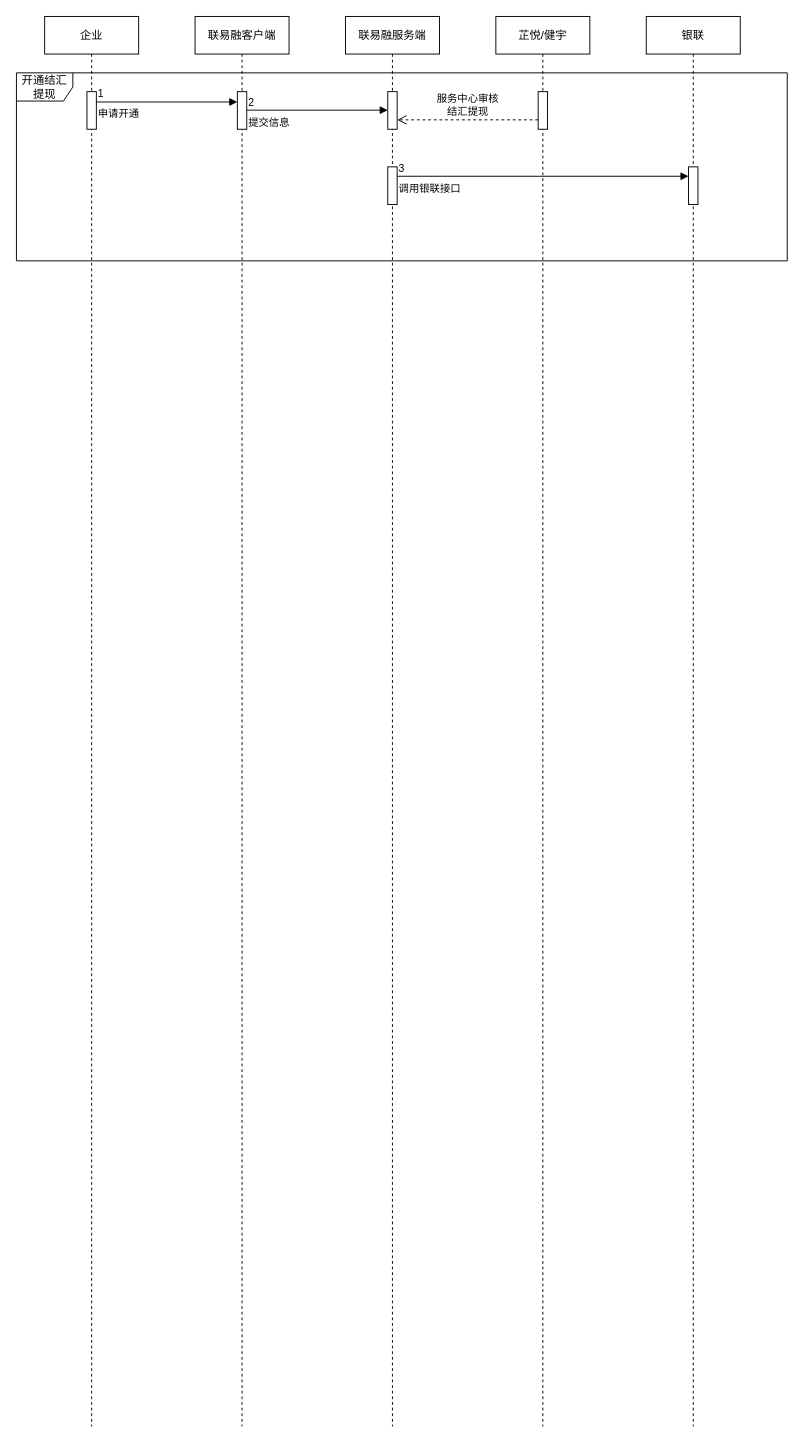
Above: LLSI/银联结汇提现流程.drawio in 0573xieguojia/To-program (draw.io), before the change. Source tidied: cells renumbered, new cells numbered last; positions are measured from the earlier drawing's top-left corner, leaving out a move shared by most shapes. Both pictures are drawn from the tidied source at 94%, with x=0, y=0 at pixel (16, 16).
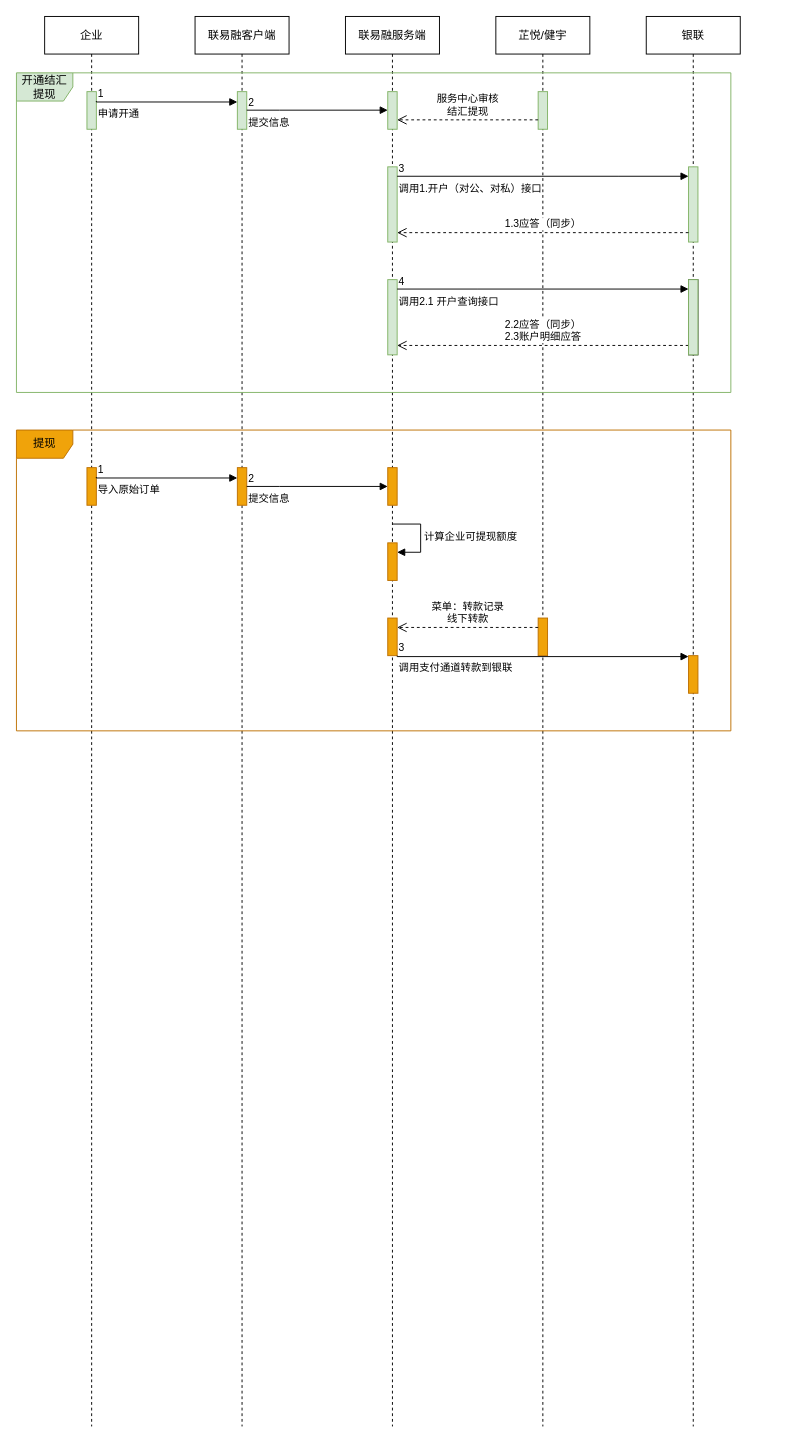
Above is the later version.

Commit message:
更新银联结汇提现流程.drawio

The change refers to these unchanged cells:
```xml
<mxCell id="2" value="企业" style="shape=umlLifeline;perimeter=lifelinePerimeter;whiteSpace=wrap;html=1;newEdgeStyle={&quot;edgeStyle&quot;:&quot;elbowEdgeStyle&quot;,&quot;elbow&quot;:&quot;vertical&quot;,&quot;curved&quot;:0,&quot;rounded&quot;:0};" parent="1" vertex="1">
  <mxGeometry x="30" width="100" height="1500" as="geometry" />
</mxCell>
<mxCell id="5" value="联易融服务端" style="shape=umlLifeline;perimeter=lifelinePerimeter;whiteSpace=wrap;html=1;newEdgeStyle={&quot;edgeStyle&quot;:&quot;elbowEdgeStyle&quot;,&quot;elbow&quot;:&quot;vertical&quot;,&quot;curved&quot;:0,&quot;rounded&quot;:0};" parent="1" vertex="1">
  <mxGeometry x="350" width="100" height="1500" as="geometry" />
</mxCell>
<mxCell id="7" value="银联" style="shape=umlLifeline;perimeter=lifelinePerimeter;whiteSpace=wrap;html=1;newEdgeStyle={&quot;edgeStyle&quot;:&quot;elbowEdgeStyle&quot;,&quot;elbow&quot;:&quot;vertical&quot;,&quot;curved&quot;:0,&quot;rounded&quot;:0};" parent="1" vertex="1">
  <mxGeometry x="670" width="100" height="1500" as="geometry" />
</mxCell>
```

What changed in the source:
```diff
@@
-    <mxCell id="3" style="html=1;perimeter=orthogonalPerimeter;targetShapes=umlLifeline;newEdgeStyle={&quot;edgeStyle&quot;:&quot;elbowEdgeStyle&quot;,&quot;elbow&quot;:&quot;vertical&quot;,&quot;curved&quot;:0,&quot;rounded&quot;:0};" parent="2" vertex="1">
+    <mxCell id="3" style="html=1;perimeter=orthogonalPerimeter;targetShapes=umlLifeline;newEdgeStyle={&quot;edgeStyle&quot;:&quot;elbowEdgeStyle&quot;,&quot;elbow&quot;:&quot;vertical&quot;,&quot;curved&quot;:0,&quot;rounded&quot;:0};fillColor=#d5e8d4;strokeColor=#82b366;" parent="2" vertex="1">
       <mxGeometry x="45" y="80" width="10" height="40" as="geometry" />
     </mxCell>
@@
+    <mxCell id="21" style="html=1;perimeter=orthogonalPerimeter;targetShapes=umlLifeline;newEdgeStyle={&quot;edgeStyle&quot;:&quot;elbowEdgeStyle&quot;,&quot;elbow&quot;:&quot;vertical&quot;,&quot;curved&quot;:0,&quot;rounded&quot;:0};fillColor=#f0a30a;strokeColor=#BD7000;fontColor=#000000;" parent="5" vertex="1">
+      <mxGeometry x="45" y="480" width="10" height="40" as="geometry" />
+    </mxCell>
+    <mxCell id="22" style="html=1;points=[];perimeter=orthogonalPerimeter;outlineConnect=0;targetShapes=umlLifeline;portConstraint=eastwest;newEdgeStyle={&quot;edgeStyle&quot;:&quot;elbowEdgeStyle&quot;,&quot;elbow&quot;:&quot;vertical&quot;,&quot;curved&quot;:0,&quot;rounded&quot;:0};fillColor=#f0a30a;strokeColor=#BD7000;fontColor=#000000;" parent="5" vertex="1">
+      <mxGeometry x="45" y="560" width="10" height="40" as="geometry" />
+    </mxCell>
+    <mxCell id="23" value="计算企业可提现额度" style="html=1;align=left;spacingLeft=2;endArrow=block;rounded=0;edgeStyle=orthogonalEdgeStyle;curved=0;rounded=0;" parent="5" edge="1" target="22">
+      <mxGeometry relative="1" as="geometry">
+        <mxPoint x="50" y="540" as="sourcePoint" />
+        <Array as="points">
+          <mxPoint x="80" y="570" />
+        </Array>
+      </mxGeometry>
+    </mxCell>
+    <mxCell id="24" style="html=1;perimeter=orthogonalPerimeter;targetShapes=umlLifeline;newEdgeStyle={&quot;edgeStyle&quot;:&quot;elbowEdgeStyle&quot;,&quot;elbow&quot;:&quot;vertical&quot;,&quot;curved&quot;:0,&quot;rounded&quot;:0};fillColor=#f0a30a;strokeColor=#BD7000;fontColor=#000000;" parent="5" vertex="1">
+      <mxGeometry x="45" y="640" width="10" height="40" as="geometry" />
+    </mxCell>
@@
-    <mxCell id="8" style="html=1;points=[];perimeter=orthogonalPerimeter;outlineConnect=0;targetShapes=umlLifeline;portConstraint=eastwest;newEdgeStyle={&quot;edgeStyle&quot;:&quot;elbowEdgeStyle&quot;,&quot;elbow&quot;:&quot;vertical&quot;,&quot;curved&quot;:0,&quot;rounded&quot;:0};" parent="7" vertex="1">
-      <mxGeometry x="45" y="160" width="10" height="40" as="geometry" />
+    <mxCell id="8" style="html=1;points=[];perimeter=orthogonalPerimeter;outlineConnect=0;targetShapes=umlLifeline;portConstraint=eastwest;newEdgeStyle={&quot;edgeStyle&quot;:&quot;elbowEdgeStyle&quot;,&quot;elbow&quot;:&quot;vertical&quot;,&quot;curved&quot;:0,&quot;rounded&quot;:0};fillColor=#d5e8d4;strokeColor=#82b366;" parent="7" vertex="1">
+      <mxGeometry x="45" y="160" width="10" height="80" as="geometry" />
     </mxCell>
-    <mxCell id="9" value="开通结汇提现" style="shape=umlFrame;whiteSpace=wrap;html=1;" parent="1" vertex="1">
-      <mxGeometry y="60" width="820" height="200" as="geometry" />
+    <mxCell id="9" value="开通结汇提现" style="shape=umlFrame;whiteSpace=wrap;html=1;fillColor=#d5e8d4;strokeColor=#82b366;" parent="1" vertex="1">
+      <mxGeometry y="60" width="760" height="340" as="geometry" />
     </mxCell>
-    <mxCell id="10" style="html=1;points=[];perimeter=orthogonalPerimeter;outlineConnect=0;targetShapes=umlLifeline;portConstraint=eastwest;newEdgeStyle={&quot;edgeStyle&quot;:&quot;elbowEdgeStyle&quot;,&quot;elbow&quot;:&quot;vertical&quot;,&quot;curved&quot;:0,&quot;rounded&quot;:0};" parent="1" vertex="1">
+    <mxCell id="10" style="html=1;points=[];perimeter=orthogonalPerimeter;outlineConnect=0;targetShapes=umlLifeline;portConstraint=eastwest;newEdgeStyle={&quot;edgeStyle&quot;:&quot;elbowEdgeStyle&quot;,&quot;elbow&quot;:&quot;vertical&quot;,&quot;curved&quot;:0,&quot;rounded&quot;:0};fillColor=#d5e8d4;strokeColor=#82b366;" parent="1" vertex="1">
       <mxGeometry x="235" y="80" width="10" height="40" as="geometry" />
     </mxCell>
@@
-    <mxCell id="13" style="html=1;points=[];perimeter=orthogonalPerimeter;outlineConnect=0;targetShapes=umlLifeline;portConstraint=eastwest;newEdgeStyle={&quot;edgeStyle&quot;:&quot;elbowEdgeStyle&quot;,&quot;elbow&quot;:&quot;vertical&quot;,&quot;curved&quot;:0,&quot;rounded&quot;:0};" parent="1" vertex="1">
+    <mxCell id="13" style="html=1;points=[];perimeter=orthogonalPerimeter;outlineConnect=0;targetShapes=umlLifeline;portConstraint=eastwest;newEdgeStyle={&quot;edgeStyle&quot;:&quot;elbowEdgeStyle&quot;,&quot;elbow&quot;:&quot;vertical&quot;,&quot;curved&quot;:0,&quot;rounded&quot;:0};fillColor=#d5e8d4;strokeColor=#82b366;" parent="1" vertex="1">
       <mxGeometry x="395" y="80" width="10" height="40" as="geometry" />
     </mxCell>
-    <mxCell id="14" style="html=1;points=[];perimeter=orthogonalPerimeter;outlineConnect=0;targetShapes=umlLifeline;portConstraint=eastwest;newEdgeStyle={&quot;edgeStyle&quot;:&quot;elbowEdgeStyle&quot;,&quot;elbow&quot;:&quot;vertical&quot;,&quot;curved&quot;:0,&quot;rounded&quot;:0};" parent="1" vertex="1">
+    <mxCell id="14" style="html=1;points=[];perimeter=orthogonalPerimeter;outlineConnect=0;targetShapes=umlLifeline;portConstraint=eastwest;newEdgeStyle={&quot;edgeStyle&quot;:&quot;elbowEdgeStyle&quot;,&quot;elbow&quot;:&quot;vertical&quot;,&quot;curved&quot;:0,&quot;rounded&quot;:0};fillColor=#d5e8d4;strokeColor=#82b366;" parent="1" vertex="1">
       <mxGeometry x="555" y="80" width="10" height="40" as="geometry" />
     </mxCell>
@@
-    <mxCell id="18" style="html=1;points=[];perimeter=orthogonalPerimeter;outlineConnect=0;targetShapes=umlLifeline;portConstraint=eastwest;newEdgeStyle={&quot;edgeStyle&quot;:&quot;elbowEdgeStyle&quot;,&quot;elbow&quot;:&quot;vertical&quot;,&quot;curved&quot;:0,&quot;rounded&quot;:0};" parent="1" vertex="1">
-      <mxGeometry x="395" y="160" width="10" height="40" as="geometry" />
+    <mxCell id="18" style="html=1;points=[];perimeter=orthogonalPerimeter;outlineConnect=0;targetShapes=umlLifeline;portConstraint=eastwest;newEdgeStyle={&quot;edgeStyle&quot;:&quot;elbowEdgeStyle&quot;,&quot;elbow&quot;:&quot;vertical&quot;,&quot;curved&quot;:0,&quot;rounded&quot;:0};fillColor=#d5e8d4;strokeColor=#82b366;" parent="1" vertex="1">
+      <mxGeometry x="395" y="160" width="10" height="80" as="geometry" />
     </mxCell>
-    <mxCell id="19" value="调用银联接口" style="endArrow=block;endFill=1;html=1;edgeStyle=orthogonalEdgeStyle;align=left;verticalAlign=top;rounded=0;" parent="1" edge="1" source="18" target="8">
+    <mxCell id="19" value="调用1.开户（对公、对私）接口" style="endArrow=block;endFill=1;html=1;edgeStyle=orthogonalEdgeStyle;align=left;verticalAlign=top;rounded=0;" parent="1" edge="1" source="18" target="8">
       <mxGeometry x="-1" relative="1" as="geometry">
         <Array as="points">
           <mxPoint x="640" y="170" />
           <mxPoint x="640" y="170" />
         </Array>
       </mxGeometry>
     </mxCell>
@@
+    <mxCell id="25" value="1.3应答（同步）" style="html=1;verticalAlign=bottom;endArrow=open;dashed=1;endSize=8;edgeStyle=elbowEdgeStyle;elbow=vertical;curved=0;rounded=0;" parent="1" edge="1" source="8" target="18">
+      <mxGeometry relative="1" as="geometry">
+        <Array as="points">
+          <mxPoint x="590" y="230" />
+          <mxPoint x="450" y="200" />
+        </Array>
+      </mxGeometry>
+    </mxCell>
+    <mxCell id="26" style="html=1;perimeter=orthogonalPerimeter;targetShapes=umlLifeline;newEdgeStyle={&quot;edgeStyle&quot;:&quot;elbowEdgeStyle&quot;,&quot;elbow&quot;:&quot;vertical&quot;,&quot;curved&quot;:0,&quot;rounded&quot;:0};fillColor=#d5e8d4;strokeColor=#82b366;" parent="1" vertex="1">
+      <mxGeometry x="395" y="280" width="10" height="80" as="geometry" />
+    </mxCell>
+    <mxCell id="27" style="html=1;perimeter=orthogonalPerimeter;targetShapes=umlLifeline;newEdgeStyle={&quot;edgeStyle&quot;:&quot;elbowEdgeStyle&quot;,&quot;elbow&quot;:&quot;vertical&quot;,&quot;curved&quot;:0,&quot;rounded&quot;:0};" parent="1" vertex="1">
+      <mxGeometry x="715" y="280" width="10" height="80" as="geometry" />
+    </mxCell>
+    <mxCell id="28" value="调用2.1 开户查询接口" style="endArrow=block;endFill=1;html=1;edgeStyle=orthogonalEdgeStyle;align=left;verticalAlign=top;rounded=0;" parent="1" edge="1">
+      <mxGeometry x="-1" relative="1" as="geometry">
+        <mxPoint x="405" y="290" as="sourcePoint" />
+        <mxPoint x="715" y="290" as="targetPoint" />
+        <Array as="points">
+          <mxPoint x="490" y="290" />
+          <mxPoint x="490" y="290" />
+        </Array>
+      </mxGeometry>
+    </mxCell>
+    <mxCell id="29" value="4" style="edgeLabel;html=1;align=left;verticalAlign=bottom;" parent="28" vertex="1">
+      <mxGeometry x="-1" relative="1" as="geometry" />
+    </mxCell>
+    <mxCell id="30" value="2.2应答（同步）&lt;br&gt;2.3账户明细应答" style="html=1;verticalAlign=bottom;endArrow=open;dashed=1;endSize=8;edgeStyle=elbowEdgeStyle;elbow=vertical;curved=0;rounded=0;" parent="1" edge="1">
+      <mxGeometry relative="1" as="geometry">
+        <mxPoint x="715" y="350" as="sourcePoint" />
+        <mxPoint x="405" y="350" as="targetPoint" />
+        <Array as="points">
+          <mxPoint x="590" y="350" />
+          <mxPoint x="450" y="320" />
+        </Array>
+      </mxGeometry>
+    </mxCell>
+    <mxCell id="31" style="html=1;perimeter=orthogonalPerimeter;targetShapes=umlLifeline;newEdgeStyle={&quot;edgeStyle&quot;:&quot;elbowEdgeStyle&quot;,&quot;elbow&quot;:&quot;vertical&quot;,&quot;curved&quot;:0,&quot;rounded&quot;:0};fillColor=#d5e8d4;strokeColor=#82b366;" parent="1" vertex="1">
+      <mxGeometry x="715" y="280" width="10" height="80" as="geometry" />
+    </mxCell>
+    <mxCell id="32" value="提现" style="shape=umlFrame;whiteSpace=wrap;html=1;fillColor=#f0a30a;strokeColor=#BD7000;fontColor=#000000;" parent="1" vertex="1">
+      <mxGeometry y="440" width="760" height="320" as="geometry" />
+    </mxCell>
+    <mxCell id="33" style="html=1;perimeter=orthogonalPerimeter;targetShapes=umlLifeline;newEdgeStyle={&quot;edgeStyle&quot;:&quot;elbowEdgeStyle&quot;,&quot;elbow&quot;:&quot;vertical&quot;,&quot;curved&quot;:0,&quot;rounded&quot;:0};fillColor=#f0a30a;strokeColor=#BD7000;fontColor=#000000;" parent="1" vertex="1">
+      <mxGeometry x="75" y="480" width="10" height="40" as="geometry" />
+    </mxCell>
+    <mxCell id="34" style="html=1;perimeter=orthogonalPerimeter;targetShapes=umlLifeline;newEdgeStyle={&quot;edgeStyle&quot;:&quot;elbowEdgeStyle&quot;,&quot;elbow&quot;:&quot;vertical&quot;,&quot;curved&quot;:0,&quot;rounded&quot;:0};fillColor=#f0a30a;strokeColor=#BD7000;fontColor=#000000;" parent="1" vertex="1">
+      <mxGeometry x="235" y="480" width="10" height="40" as="geometry" />
+    </mxCell>
+    <mxCell id="35" value="导入原始订单" style="endArrow=block;endFill=1;html=1;edgeStyle=orthogonalEdgeStyle;align=left;verticalAlign=top;rounded=0;" parent="1" edge="1">
+      <mxGeometry x="-1" relative="1" as="geometry">
+        <mxPoint x="85" y="490" as="sourcePoint" />
+        <mxPoint x="235" y="491" as="targetPoint" />
+        <Array as="points">
+          <mxPoint x="85" y="491" />
+        </Array>
+      </mxGeometry>
+    </mxCell>
+    <mxCell id="36" value="1" style="edgeLabel;html=1;align=left;verticalAlign=bottom;" parent="35" vertex="1">
+      <mxGeometry x="-1" relative="1" as="geometry" />
+    </mxCell>
+    <mxCell id="37" value="提交信息" style="endArrow=block;endFill=1;html=1;edgeStyle=orthogonalEdgeStyle;align=left;verticalAlign=top;rounded=0;" parent="1" edge="1">
+      <mxGeometry x="-1" relative="1" as="geometry">
+        <mxPoint x="245" y="500" as="sourcePoint" />
+        <mxPoint x="395" y="500" as="targetPoint" />
+        <Array as="points">
+          <mxPoint x="280" y="500" />
+          <mxPoint x="280" y="500" />
+        </Array>
+      </mxGeometry>
+    </mxCell>
+    <mxCell id="38" value="2" style="edgeLabel;html=1;align=left;verticalAlign=bottom;" parent="37" vertex="1">
+      <mxGeometry x="-1" relative="1" as="geometry" />
+    </mxCell>
+    <mxCell id="39" style="html=1;perimeter=orthogonalPerimeter;targetShapes=umlLifeline;newEdgeStyle={&quot;edgeStyle&quot;:&quot;elbowEdgeStyle&quot;,&quot;elbow&quot;:&quot;vertical&quot;,&quot;curved&quot;:0,&quot;rounded&quot;:0};fillColor=#f0a30a;strokeColor=#BD7000;fontColor=#000000;" parent="1" vertex="1">
+      <mxGeometry x="555" y="640" width="10" height="40" as="geometry" />
+    </mxCell>
+    <mxCell id="40" value="菜单：转款记录&lt;br&gt;线下转款" style="html=1;verticalAlign=bottom;endArrow=open;dashed=1;endSize=8;edgeStyle=elbowEdgeStyle;elbow=vertical;curved=0;rounded=0;" parent="1" edge="1">
+      <mxGeometry relative="1" as="geometry">
+        <mxPoint x="555" y="650" as="sourcePoint" />
+        <mxPoint x="405" y="650" as="targetPoint" />
+        <Array as="points">
+          <mxPoint x="430" y="650" />
+        </Array>
+      </mxGeometry>
+    </mxCell>
+    <mxCell id="41" style="html=1;points=[];perimeter=orthogonalPerimeter;outlineConnect=0;targetShapes=umlLifeline;portConstraint=eastwest;newEdgeStyle={&quot;edgeStyle&quot;:&quot;elbowEdgeStyle&quot;,&quot;elbow&quot;:&quot;vertical&quot;,&quot;curved&quot;:0,&quot;rounded&quot;:0};fillColor=#f0a30a;strokeColor=#BD7000;fontColor=#000000;" parent="1" vertex="1">
+      <mxGeometry x="715" y="680" width="10" height="40" as="geometry" />
+    </mxCell>
+    <mxCell id="42" value="调用支付通道转款到银联" style="endArrow=block;endFill=1;html=1;edgeStyle=orthogonalEdgeStyle;align=left;verticalAlign=top;rounded=0;" parent="1" edge="1" target="41">
+      <mxGeometry x="-1" relative="1" as="geometry">
+        <mxPoint x="405" y="680" as="sourcePoint" />
+        <Array as="points">
+          <mxPoint x="405" y="681" />
+        </Array>
+      </mxGeometry>
+    </mxCell>
+    <mxCell id="43" value="3" style="edgeLabel;html=1;align=left;verticalAlign=bottom;" parent="42" vertex="1">
+      <mxGeometry x="-1" relative="1" as="geometry" />
+    </mxCell>
```
